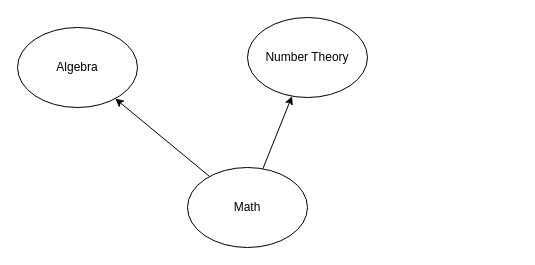
The draw.io diagram math.drawio in chavp/data-modeling, before the edit. Source tidied: cells renumbered, new cells numbered last; positions are measured from the earlier drawing's top-left corner, leaving out a move shared by most shapes. Both pictures are drawn from the tidied source at 100%, with x=0, y=0 at pixel (17, 17).
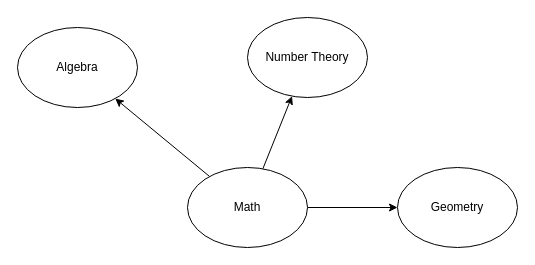
Above is the later version.

Diff of the diagram source:
```diff
@@
 <mxGraphModel>
   <root>
     <mxCell id="0" />
     <mxCell id="1" parent="0" />
     <mxCell id="2" style="rounded=0;jettySize=auto;html=1;" parent="1" edge="1" source="4" target="5">
       <mxGeometry relative="1" as="geometry" />
     </mxCell>
     <mxCell id="3" style="edgeStyle=none;rounded=0;jettySize=auto;html=1;" parent="1" edge="1" source="4" target="6">
       <mxGeometry relative="1" as="geometry" />
     </mxCell>
+    <mxCell id="7" style="edgeStyle=none;rounded=0;jettySize=auto;html=1;" parent="1" edge="1" source="4" target="8">
+      <mxGeometry relative="1" as="geometry" />
+    </mxCell>
     <mxCell id="4" value="Math" style="ellipse;whiteSpace=wrap;html=1;" parent="1" vertex="1">
       <mxGeometry x="170" y="150" width="120" height="80" as="geometry" />
     </mxCell>
     <mxCell id="5" value="Algebra" style="ellipse;whiteSpace=wrap;html=1;" parent="1" vertex="1">
       <mxGeometry y="10" width="120" height="80" as="geometry" />
     </mxCell>
     <mxCell id="6" value="Number Theory" style="ellipse;whiteSpace=wrap;html=1;" parent="1" vertex="1">
       <mxGeometry x="230" width="120" height="80" as="geometry" />
     </mxCell>
+    <mxCell id="8" value="Geometry" style="ellipse;whiteSpace=wrap;html=1;" parent="1" vertex="1">
+      <mxGeometry x="380" y="150" width="120" height="80" as="geometry" />
+    </mxCell>
   </root>
 </mxGraphModel>
```
